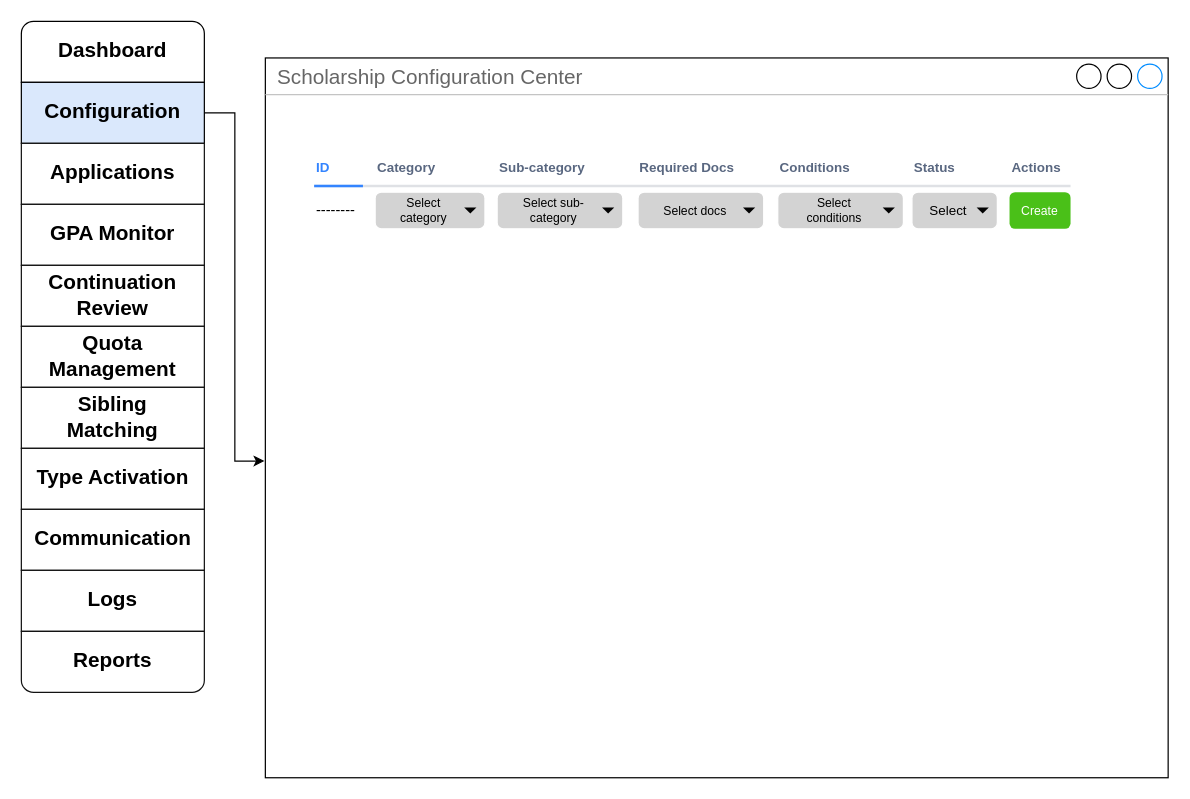
Above: Untitled Diagram.drawio in anomara1/scholarship (draw.io), before the change. Source tidied: cells renumbered, new cells numbered last; positions are measured from the earlier drawing's top-left corner, leaving out a move shared by most shapes. Both pictures are drawn from the tidied source at 122%, with x=0, y=0 at pixel (21, 21). Pictures stored in the file or linked from it are replaced by grey dashed boxes.
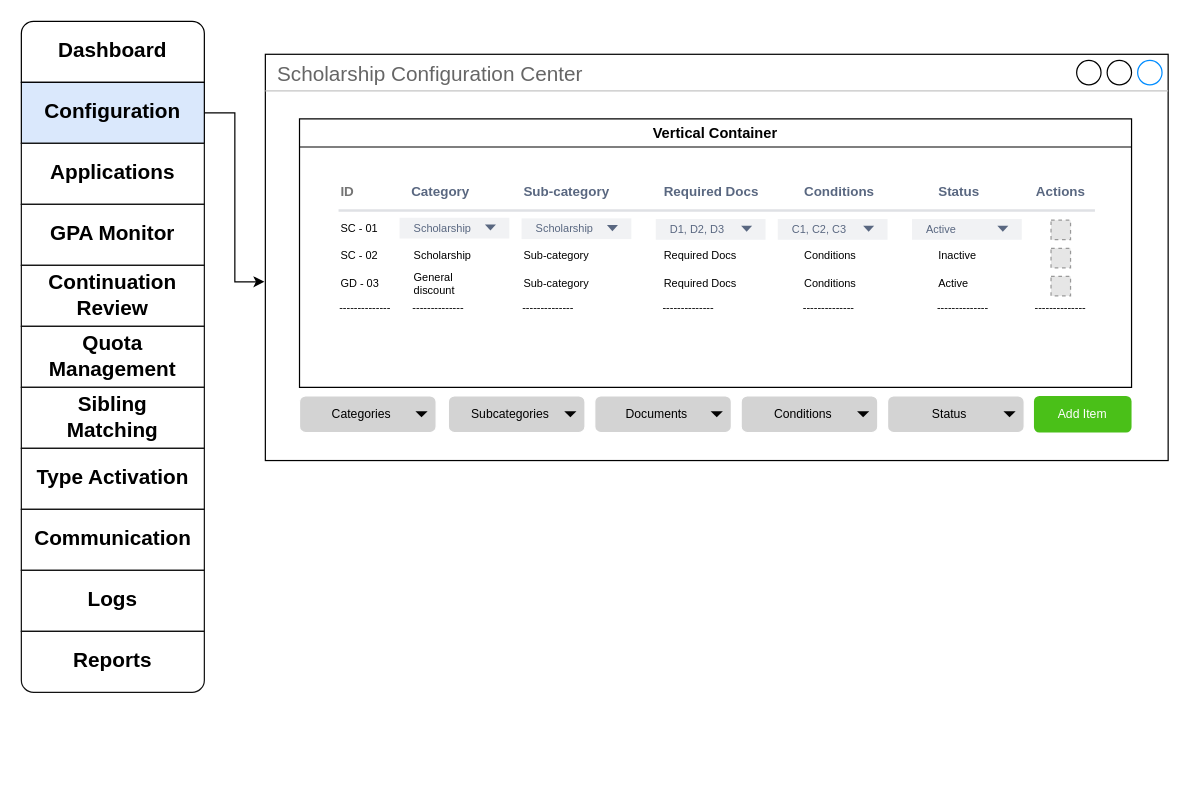
Above is the later version.

The edit, as a diff of the source:
```diff
@@
     <mxCell id="2" value="Scholarship Configuration Center" style="strokeWidth=1;shadow=0;dashed=0;align=center;html=1;shape=mxgraph.mockup.containers.window;align=left;verticalAlign=top;spacingLeft=8;strokeColor2=#008cff;strokeColor3=#c4c4c4;fontColor=#666666;mainText=;fontSize=17;labelBackgroundColor=none;whiteSpace=wrap;" parent="1" vertex="1">
-      <mxGeometry x="200" y="30" width="740" height="590" as="geometry" />
+      <mxGeometry x="200" y="27" width="740" height="333" as="geometry" />
     </mxCell>
@@
+    <mxCell id="37" value="Vertical Container" style="swimlane;whiteSpace=wrap;html=1;startSize=23;" parent="1" vertex="1">
+      <mxGeometry x="228" y="80" width="682" height="220" as="geometry" />
+    </mxCell>
+    <mxCell id="38" style="group;fontColor=default;fontStyle=0;fontSize=8;" parent="1" vertex="1">
+      <mxGeometry x="259" y="225" width="620" height="20" as="geometry" />
+    </mxCell>
+    <mxCell id="39" value="--------------" style="html=1;fillColor=none;strokeColor=none;fontSize=9;align=left;fontColor=#000000;fontStyle=0;whiteSpace=wrap;" parent="38" vertex="1">
+      <mxGeometry width="50" height="20" as="geometry" />
+    </mxCell>
+    <mxCell id="40" value="--------------" style="html=1;fillColor=none;strokeColor=none;fontSize=9;align=left;fontColor=#000000;fontStyle=0;whiteSpace=wrap;" parent="38" vertex="1">
+      <mxGeometry x="60" width="60" height="20" as="geometry" />
+    </mxCell>
+    <mxCell id="41" value="--------------" style="html=1;fillColor=none;strokeColor=none;fontSize=9;align=left;fontColor=#000000;fontStyle=0;whiteSpace=wrap;" parent="38" vertex="1">
+      <mxGeometry x="150" width="76" height="20" as="geometry" />
+    </mxCell>
+    <mxCell id="42" value="--------------" style="html=1;fillColor=none;strokeColor=none;fontSize=9;align=left;fontColor=light-dark(#000000, #8b97ad);fontStyle=0;whiteSpace=wrap;" parent="38" vertex="1">
+      <mxGeometry x="265" width="90" height="20" as="geometry" />
+    </mxCell>
+    <mxCell id="43" value="--------------" style="html=1;fillColor=none;strokeColor=none;fontSize=9;align=left;fontColor=#000000;fontStyle=0;whiteSpace=wrap;" parent="38" vertex="1">
+      <mxGeometry x="380" width="70" height="20" as="geometry" />
+    </mxCell>
+    <mxCell id="44" value="--------------" style="html=1;fillColor=none;strokeColor=none;fontSize=9;align=left;fontColor=light-dark(#000000, #8b97ad);fontStyle=0;whiteSpace=wrap;" parent="38" vertex="1">
+      <mxGeometry x="490" width="50" height="20" as="geometry" />
+    </mxCell>
+    <mxCell id="45" value="--------------" style="html=1;fillColor=none;strokeColor=none;fontSize=9;align=left;fontColor=#000000;fontStyle=0;whiteSpace=wrap;" parent="38" vertex="1">
+      <mxGeometry x="570" width="50" height="20" as="geometry" />
+    </mxCell>
+    <mxCell id="26" value="Categories" style="html=1;shadow=0;dashed=0;shape=mxgraph.bootstrap.rrect;rSize=5;strokeColor=light-dark(#ffffff, #9577a3);strokeWidth=1;fillColor=light-dark(#d3d3d3, #6a6a6a);whiteSpace=wrap;align=center;verticalAlign=middle;fontStyle=0;fontSize=10;spacingLeft=10;spacingRight=20;" parent="1" vertex="1">
+      <mxGeometry x="228" y="307" width="112" height="30" as="geometry" />
+    </mxCell>
+    <mxCell id="27" style="shape=triangle;direction=south;fillColor=light-dark(#020202, #121212);strokeColor=none;perimeter=none;" parent="26" vertex="1">
+      <mxGeometry x="1" y="0.5" width="10" height="5" relative="1" as="geometry">
+        <mxPoint x="-17" y="-2.5" as="offset" />
+      </mxGeometry>
+    </mxCell>
+    <mxCell id="36" value="Add Item" style="rounded=1;fillColor=light-dark(#4ac018, #67b2ff);strokeColor=none;html=1;whiteSpace=wrap;fontColor=#ffffff;align=center;verticalAlign=middle;fontStyle=0;fontSize=10;sketch=0;labelBackgroundColor=none;labelBorderColor=none;" parent="1" vertex="1">
+      <mxGeometry x="830" y="307" width="80" height="30" as="geometry" />
+    </mxCell>
+    <mxCell id="46" value="Subcategories" style="html=1;shadow=0;dashed=0;shape=mxgraph.bootstrap.rrect;rSize=5;strokeColor=light-dark(#ffffff, #9577a3);strokeWidth=1;fillColor=light-dark(#d3d3d3, #6a6a6a);whiteSpace=wrap;align=center;verticalAlign=middle;fontStyle=0;fontSize=10;spacingLeft=10;spacingRight=20;" parent="1" vertex="1">
+      <mxGeometry x="350" y="307" width="112" height="30" as="geometry" />
+    </mxCell>
+    <mxCell id="47" style="shape=triangle;direction=south;fillColor=light-dark(#020202, #121212);strokeColor=none;perimeter=none;" parent="46" vertex="1">
+      <mxGeometry x="1" y="0.5" width="10" height="5" relative="1" as="geometry">
+        <mxPoint x="-17" y="-2.5" as="offset" />
+      </mxGeometry>
+    </mxCell>
+    <mxCell id="48" value="Documents" style="html=1;shadow=0;dashed=0;shape=mxgraph.bootstrap.rrect;rSize=5;strokeColor=light-dark(#ffffff, #9577a3);strokeWidth=1;fillColor=light-dark(#d3d3d3, #6a6a6a);whiteSpace=wrap;align=center;verticalAlign=middle;fontStyle=0;fontSize=10;spacingLeft=10;spacingRight=20;" parent="1" vertex="1">
+      <mxGeometry x="470" y="307" width="112" height="30" as="geometry" />
+    </mxCell>
+    <mxCell id="49" style="shape=triangle;direction=south;fillColor=light-dark(#020202, #121212);strokeColor=none;perimeter=none;" parent="48" vertex="1">
+      <mxGeometry x="1" y="0.5" width="10" height="5" relative="1" as="geometry">
+        <mxPoint x="-17" y="-2.5" as="offset" />
+      </mxGeometry>
+    </mxCell>
+    <mxCell id="50" value="Conditions" style="html=1;shadow=0;dashed=0;shape=mxgraph.bootstrap.rrect;rSize=5;strokeColor=light-dark(#ffffff, #9577a3);strokeWidth=1;fillColor=light-dark(#d3d3d3, #6a6a6a);whiteSpace=wrap;align=center;verticalAlign=middle;fontStyle=0;fontSize=10;spacingLeft=10;spacingRight=20;" parent="1" vertex="1">
+      <mxGeometry x="590" y="307" width="112" height="30" as="geometry" />
+    </mxCell>
+    <mxCell id="51" style="shape=triangle;direction=south;fillColor=light-dark(#020202, #121212);strokeColor=none;perimeter=none;" parent="50" vertex="1">
+      <mxGeometry x="1" y="0.5" width="10" height="5" relative="1" as="geometry">
+        <mxPoint x="-17" y="-2.5" as="offset" />
+      </mxGeometry>
+    </mxCell>
+    <mxCell id="52" value="Status" style="html=1;shadow=0;dashed=0;shape=mxgraph.bootstrap.rrect;rSize=5;strokeColor=light-dark(#ffffff, #9577a3);strokeWidth=1;fillColor=light-dark(#d3d3d3, #6a6a6a);whiteSpace=wrap;align=center;verticalAlign=middle;fontStyle=0;fontSize=10;spacingLeft=10;spacingRight=20;" parent="1" vertex="1">
+      <mxGeometry x="710" y="307" width="112" height="30" as="geometry" />
+    </mxCell>
+    <mxCell id="53" style="shape=triangle;direction=south;fillColor=light-dark(#020202, #121212);strokeColor=none;perimeter=none;" parent="52" vertex="1">
+      <mxGeometry x="1" y="0.5" width="10" height="5" relative="1" as="geometry">
+        <mxPoint x="-17" y="-2.5" as="offset" />
+      </mxGeometry>
+    </mxCell>
+    <mxCell id="54" style="fillColor=#E6E6E6;strokeColor=#999999;dashed=1;html=1;verticalAlign=top;verticalLabelPosition=bottom;labelBackgroundColor=#ffffff;" parent="1" vertex="1">
+      <mxGeometry x="844" y="186" width="16" height="16" as="geometry" />
+    </mxCell>
+    <mxCell id="55" style="fillColor=#E6E6E6;strokeColor=#999999;dashed=1;html=1;verticalAlign=top;verticalLabelPosition=bottom;labelBackgroundColor=#ffffff;" parent="1" vertex="1">
+      <mxGeometry x="844" y="209" width="16" height="16" as="geometry" />
+    </mxCell>
+    <mxCell id="56" value="Scholarship" style="rounded=1;fillColor=#F1F2F4;strokeColor=none;html=1;whiteSpace=wrap;fontColor=#596780;align=left;fontSize=9;spacingLeft=10;sketch=0;arcSize=0;" parent="1" vertex="1">
+      <mxGeometry x="310" y="161" width="90" height="17" as="geometry" />
+    </mxCell>
+    <mxCell id="57" style="shape=triangle;direction=south;fillColor=#596780;strokeColor=none;html=1;sketch=0;fontSize=9;" parent="56" vertex="1">
+      <mxGeometry x="1" y="0.5" width="9" height="5" relative="1" as="geometry">
+        <mxPoint x="-20" y="-3" as="offset" />
+      </mxGeometry>
+    </mxCell>
+    <mxCell id="58" style="group;fontColor=default;fontStyle=0;fontSize=8;" parent="1" vertex="1">
+      <mxGeometry x="260" y="205" width="620" height="20" as="geometry" />
+    </mxCell>
+    <mxCell id="59" value="GD - 03" style="html=1;fillColor=none;strokeColor=none;fontSize=9;align=left;fontColor=#000000;fontStyle=0;whiteSpace=wrap;" parent="58" vertex="1">
+      <mxGeometry width="50" height="20" as="geometry" />
+    </mxCell>
+    <mxCell id="60" value="General discount" style="html=1;fillColor=none;strokeColor=none;fontSize=9;align=left;fontColor=#000000;fontStyle=0;whiteSpace=wrap;" parent="58" vertex="1">
+      <mxGeometry x="60" width="60" height="20" as="geometry" />
+    </mxCell>
+    <mxCell id="61" value="Sub-category" style="html=1;fillColor=none;strokeColor=none;fontSize=9;align=left;fontColor=#000000;fontStyle=0;whiteSpace=wrap;" parent="58" vertex="1">
+      <mxGeometry x="150" width="76" height="20" as="geometry" />
+    </mxCell>
+    <mxCell id="62" value="Required Docs" style="html=1;fillColor=none;strokeColor=none;fontSize=9;align=left;fontColor=light-dark(#000000, #8b97ad);fontStyle=0;whiteSpace=wrap;" parent="58" vertex="1">
+      <mxGeometry x="265" width="90" height="20" as="geometry" />
+    </mxCell>
+    <mxCell id="63" value="Conditions" style="html=1;fillColor=none;strokeColor=none;fontSize=9;align=left;fontColor=#000000;fontStyle=0;whiteSpace=wrap;" parent="58" vertex="1">
+      <mxGeometry x="380" width="70" height="20" as="geometry" />
+    </mxCell>
+    <mxCell id="64" value="Active" style="html=1;fillColor=none;strokeColor=none;fontSize=9;align=left;fontColor=light-dark(#000000, #8b97ad);fontStyle=0;whiteSpace=wrap;" parent="58" vertex="1">
+      <mxGeometry x="490" width="50" height="20" as="geometry" />
+    </mxCell>
+    <mxCell id="65" style="group;" parent="1" vertex="1">
+      <mxGeometry x="260" y="130" width="620" height="49" as="geometry" />
+    </mxCell>
+    <mxCell id="66" style="shape=line;strokeWidth=2;html=1;strokeColor=#DFE1E5;" parent="65" vertex="1">
+      <mxGeometry y="20" width="620" height="10" as="geometry" />
+    </mxCell>
+    <mxCell id="67" style="group;" parent="65" vertex="1">
+      <mxGeometry width="620" height="20" as="geometry" />
+    </mxCell>
-    <mxCell id="16" value="ID" style="html=1;fillColor=none;strokeColor=none;fontSize=11;align=left;fontColor=#3384FF;fontStyle=1;whiteSpace=wrap;" parent="1" vertex="1">
-      <mxGeometry x="240" y="110" width="50" height="20" as="geometry" />
+    <mxCell id="16" value="&lt;span style=&quot;color: rgb(116, 116, 116);&quot;&gt;&lt;span&gt;ID&lt;/span&gt;&lt;/span&gt;" style="html=1;fillColor=none;strokeColor=none;fontSize=11;align=left;fontColor=light-dark(#606060, #458af4);fontStyle=1;whiteSpace=wrap;" parent="67" vertex="1">
+      <mxGeometry width="50" height="20" as="geometry" />
     </mxCell>
-    <mxCell id="17" value="Category" style="html=1;fillColor=none;strokeColor=none;fontSize=11;align=left;fontColor=#596780;fontStyle=1;whiteSpace=wrap;" parent="1" vertex="1">
-      <mxGeometry x="290" y="110" width="60" height="20" as="geometry" />
+    <mxCell id="17" value="Category" style="html=1;fillColor=none;strokeColor=none;fontSize=11;align=left;fontColor=#596780;fontStyle=1;whiteSpace=wrap;" parent="67" vertex="1">
+      <mxGeometry x="58" width="60" height="20" as="geometry" />
     </mxCell>
-    <mxCell id="18" value="Sub-category" style="html=1;fillColor=none;strokeColor=none;fontSize=11;align=left;fontColor=#596780;fontStyle=1;whiteSpace=wrap;" parent="1" vertex="1">
-      <mxGeometry x="390" y="110" width="76" height="20" as="geometry" />
+    <mxCell id="18" value="Sub-category" style="html=1;fillColor=none;strokeColor=none;fontSize=11;align=left;fontColor=#596780;fontStyle=1;whiteSpace=wrap;" parent="67" vertex="1">
+      <mxGeometry x="150" width="76" height="20" as="geometry" />
     </mxCell>
-    <mxCell id="19" value="Required Docs" style="html=1;fillColor=none;strokeColor=none;fontSize=11;align=left;fontColor=#596780;fontStyle=1;whiteSpace=wrap;" parent="1" vertex="1">
-      <mxGeometry x="505" y="110" width="90" height="20" as="geometry" />
+    <mxCell id="19" value="Required Docs" style="html=1;fillColor=none;strokeColor=none;fontSize=11;align=left;fontColor=#596780;fontStyle=1;whiteSpace=wrap;" parent="67" vertex="1">
+      <mxGeometry x="265" width="90" height="20" as="geometry" />
     </mxCell>
-    <mxCell id="20" style="shape=line;strokeWidth=2;html=1;strokeColor=#DFE1E5;" parent="1" vertex="1">
-      <mxGeometry x="240" y="130" width="620" height="10" as="geometry" />
-    </mxCell>
-    <mxCell id="21" style="shape=line;strokeWidth=2;html=1;strokeColor=#3384FF;" parent="1" vertex="1">
-      <mxGeometry x="240" y="130" width="40" height="10" as="geometry" />
-    </mxCell>
-    <mxCell id="22" value="Conditions" style="html=1;fillColor=none;strokeColor=none;fontSize=11;align=left;fontColor=#596780;fontStyle=1;whiteSpace=wrap;" parent="1" vertex="1">
-      <mxGeometry x="620" y="110" width="70" height="20" as="geometry" />
+    <mxCell id="22" value="Conditions" style="html=1;fillColor=none;strokeColor=none;fontSize=11;align=left;fontColor=#596780;fontStyle=1;whiteSpace=wrap;" parent="67" vertex="1">
+      <mxGeometry x="380" width="70" height="20" as="geometry" />
     </mxCell>
-    <mxCell id="23" value="Status" style="html=1;fillColor=none;strokeColor=none;fontSize=11;align=left;fontColor=#596780;fontStyle=1;whiteSpace=wrap;" parent="1" vertex="1">
-      <mxGeometry x="730" y="110" width="50" height="20" as="geometry" />
+    <mxCell id="23" value="Status" style="html=1;fillColor=none;strokeColor=none;fontSize=11;align=left;fontColor=#596780;fontStyle=1;whiteSpace=wrap;" parent="67" vertex="1">
+      <mxGeometry x="490" width="50" height="20" as="geometry" />
     </mxCell>
-    <mxCell id="24" value="Actions" style="html=1;fillColor=none;strokeColor=none;fontSize=11;align=left;fontColor=#596780;fontStyle=1;whiteSpace=wrap;" parent="1" vertex="1">
-      <mxGeometry x="810" y="110" width="50" height="20" as="geometry" />
+    <mxCell id="24" value="Actions" style="html=1;fillColor=none;strokeColor=none;fontSize=11;align=left;fontColor=#596780;fontStyle=1;whiteSpace=wrap;" parent="67" vertex="1">
+      <mxGeometry x="570" width="50" height="20" as="geometry" />
     </mxCell>
-    <mxCell id="25" value="--------" style="rounded=0;whiteSpace=wrap;html=1;strokeColor=none;align=left;" parent="1" vertex="1">
-      <mxGeometry x="240" y="140" width="60" height="30" as="geometry" />
-    </mxCell>
-    <mxCell id="26" value="Select category" style="html=1;shadow=0;dashed=0;shape=mxgraph.bootstrap.rrect;rSize=5;strokeColor=light-dark(#ffffff, #9577a3);strokeWidth=1;fillColor=light-dark(#d3d3d3, #6a6a6a);whiteSpace=wrap;align=center;verticalAlign=middle;fontStyle=0;fontSize=10;spacingLeft=10;spacingRight=20;" parent="1" vertex="1">
-      <mxGeometry x="290" y="140" width="90" height="30" as="geometry" />
-    </mxCell>
-    <mxCell id="27" style="shape=triangle;direction=south;fillColor=light-dark(#020202, #121212);strokeColor=none;perimeter=none;" parent="26" vertex="1">
-      <mxGeometry x="1" y="0.5" width="10" height="5" relative="1" as="geometry">
-        <mxPoint x="-17" y="-2.5" as="offset" />
-      </mxGeometry>
-    </mxCell>
-    <mxCell id="28" value="Select sub-category" style="html=1;shadow=0;dashed=0;shape=mxgraph.bootstrap.rrect;rSize=5;strokeColor=light-dark(#ffffff, #9577a3);strokeWidth=1;fillColor=light-dark(#d3d3d3, #6a6a6a);whiteSpace=wrap;align=center;verticalAlign=middle;fontStyle=0;fontSize=10;spacingLeft=10;spacingRight=20;" parent="1" vertex="1">
-      <mxGeometry x="390" y="140" width="103" height="30" as="geometry" />
-    </mxCell>
-    <mxCell id="29" style="shape=triangle;direction=south;fillColor=light-dark(#020202, #121212);strokeColor=none;perimeter=none;" parent="28" vertex="1">
-      <mxGeometry x="1" y="0.5" width="10" height="5" relative="1" as="geometry">
-        <mxPoint x="-17" y="-2.5" as="offset" />
-      </mxGeometry>
-    </mxCell>
-    <mxCell id="30" value="&lt;div&gt;Select docs&lt;br&gt;&lt;/div&gt;" style="html=1;shadow=0;dashed=0;shape=mxgraph.bootstrap.rrect;rSize=5;strokeColor=light-dark(#ffffff, #9577a3);strokeWidth=1;fillColor=light-dark(#d3d3d3, #6a6a6a);whiteSpace=wrap;align=center;verticalAlign=middle;fontStyle=0;fontSize=10;spacingLeft=10;spacingRight=20;" parent="1" vertex="1">
-      <mxGeometry x="505.5" y="140" width="103" height="30" as="geometry" />
-    </mxCell>
-    <mxCell id="31" style="shape=triangle;direction=south;fillColor=light-dark(#020202, #121212);strokeColor=none;perimeter=none;" parent="30" vertex="1">
-      <mxGeometry x="1" y="0.5" width="10" height="5" relative="1" as="geometry">
-        <mxPoint x="-17" y="-2.5" as="offset" />
-      </mxGeometry>
-    </mxCell>
-    <mxCell id="32" value="Select conditions" style="html=1;shadow=0;dashed=0;shape=mxgraph.bootstrap.rrect;rSize=5;strokeColor=light-dark(#ffffff, #9577a3);strokeWidth=1;fillColor=light-dark(#d3d3d3, #6a6a6a);whiteSpace=wrap;align=center;verticalAlign=middle;fontStyle=0;fontSize=10;spacingLeft=10;spacingRight=20;" parent="1" vertex="1">
-      <mxGeometry x="620" y="140" width="103" height="30" as="geometry" />
-    </mxCell>
-    <mxCell id="33" style="shape=triangle;direction=south;fillColor=light-dark(#020202, #121212);strokeColor=none;perimeter=none;" parent="32" vertex="1">
-      <mxGeometry x="1" y="0.5" width="10" height="5" relative="1" as="geometry">
-        <mxPoint x="-17" y="-2.5" as="offset" />
-      </mxGeometry>
-    </mxCell>
-    <mxCell id="34" value="Select" style="html=1;shadow=0;dashed=0;shape=mxgraph.bootstrap.rrect;rSize=5;strokeColor=light-dark(#ffffff, #9577a3);strokeWidth=1;fillColor=light-dark(#d3d3d3, #6a6a6a);whiteSpace=wrap;align=center;verticalAlign=middle;fontStyle=0;fontSize=11;spacingLeft=10;spacingRight=20;" parent="1" vertex="1">
-      <mxGeometry x="730" y="140" width="70" height="30" as="geometry" />
-    </mxCell>
-    <mxCell id="35" style="shape=triangle;direction=south;fillColor=light-dark(#020202, #121212);strokeColor=none;perimeter=none;" parent="34" vertex="1">
-      <mxGeometry x="1" y="0.5" width="10" height="5" relative="1" as="geometry">
-        <mxPoint x="-17" y="-2.5" as="offset" />
-      </mxGeometry>
-    </mxCell>
-    <mxCell id="36" value="Create" style="rounded=1;fillColor=light-dark(#4ac018, #67b2ff);strokeColor=none;html=1;whiteSpace=wrap;fontColor=#ffffff;align=center;verticalAlign=middle;fontStyle=0;fontSize=10;sketch=0;labelBackgroundColor=none;labelBorderColor=none;" parent="1" vertex="1">
-      <mxGeometry x="810" y="140" width="50" height="30" as="geometry" />
-    </mxCell>
+    <mxCell id="68" value="C1, C2, C3" style="rounded=1;fillColor=#F1F2F4;strokeColor=none;html=1;whiteSpace=wrap;fontColor=#596780;align=left;fontSize=9;spacingLeft=10;sketch=0;arcSize=0;" parent="65" vertex="1">
+      <mxGeometry x="360" y="32" width="90" height="17" as="geometry" />
+    </mxCell>
+    <mxCell id="69" style="shape=triangle;direction=south;fillColor=#596780;strokeColor=none;html=1;sketch=0;fontSize=9;" parent="68" vertex="1">
+      <mxGeometry x="1" y="0.5" width="9" height="5" relative="1" as="geometry">
+        <mxPoint x="-20" y="-3" as="offset" />
+      </mxGeometry>
+    </mxCell>
+    <mxCell id="70" value="Active" style="rounded=1;fillColor=#F1F2F4;strokeColor=none;html=1;whiteSpace=wrap;fontColor=#596780;align=left;fontSize=9;spacingLeft=10;sketch=0;arcSize=0;" parent="65" vertex="1">
+      <mxGeometry x="470" y="32" width="90" height="17" as="geometry" />
+    </mxCell>
+    <mxCell id="71" style="shape=triangle;direction=south;fillColor=#596780;strokeColor=none;html=1;sketch=0;fontSize=9;" parent="70" vertex="1">
+      <mxGeometry x="1" y="0.5" width="9" height="5" relative="1" as="geometry">
+        <mxPoint x="-20" y="-3" as="offset" />
+      </mxGeometry>
+    </mxCell>
+    <mxCell id="72" value="SC - 02" style="html=1;fillColor=none;strokeColor=none;fontSize=9;align=left;fontColor=#000000;fontStyle=0;whiteSpace=wrap;" parent="1" vertex="1">
+      <mxGeometry x="260" y="182" width="50" height="20" as="geometry" />
+    </mxCell>
+    <mxCell id="73" value="Scholarship" style="html=1;fillColor=none;strokeColor=none;fontSize=9;align=left;fontColor=#000000;fontStyle=0;whiteSpace=wrap;" parent="1" vertex="1">
+      <mxGeometry x="320" y="182" width="60" height="20" as="geometry" />
+    </mxCell>
+    <mxCell id="74" value="Sub-category" style="html=1;fillColor=none;strokeColor=none;fontSize=9;align=left;fontColor=#000000;fontStyle=0;whiteSpace=wrap;" parent="1" vertex="1">
+      <mxGeometry x="410" y="182" width="76" height="20" as="geometry" />
+    </mxCell>
+    <mxCell id="75" value="Required Docs" style="html=1;fillColor=none;strokeColor=none;fontSize=9;align=left;fontColor=light-dark(#000000, #8b97ad);fontStyle=0;whiteSpace=wrap;" parent="1" vertex="1">
+      <mxGeometry x="525" y="182" width="90" height="20" as="geometry" />
+    </mxCell>
+    <mxCell id="76" value="Conditions" style="html=1;fillColor=none;strokeColor=none;fontSize=9;align=left;fontColor=#000000;fontStyle=0;whiteSpace=wrap;" parent="1" vertex="1">
+      <mxGeometry x="640" y="182" width="70" height="20" as="geometry" />
+    </mxCell>
+    <mxCell id="77" value="Inactive" style="html=1;fillColor=none;strokeColor=none;fontSize=9;align=left;fontColor=light-dark(#000000, #8b97ad);fontStyle=0;whiteSpace=wrap;" parent="1" vertex="1">
+      <mxGeometry x="750" y="182" width="50" height="20" as="geometry" />
+    </mxCell>
+    <mxCell id="78" value="SC - 01" style="html=1;fillColor=none;strokeColor=none;fontSize=9;align=left;fontColor=#000000;fontStyle=0;whiteSpace=wrap;" parent="1" vertex="1">
+      <mxGeometry x="260" y="160" width="50" height="20" as="geometry" />
+    </mxCell>
+    <mxCell id="79" style="fillColor=#E6E6E6;strokeColor=#999999;dashed=1;html=1;verticalAlign=top;verticalLabelPosition=bottom;labelBackgroundColor=#ffffff;" parent="1" vertex="1">
+      <mxGeometry x="844" y="163" width="16" height="16" as="geometry" />
+    </mxCell>
+    <mxCell id="80" value="Scholarship" style="rounded=1;fillColor=#F1F2F4;strokeColor=none;html=1;whiteSpace=wrap;fontColor=#596780;align=left;fontSize=9;spacingLeft=10;sketch=0;arcSize=0;" parent="1" vertex="1">
+      <mxGeometry x="410" y="161.5" width="90" height="17" as="geometry" />
+    </mxCell>
+    <mxCell id="81" style="shape=triangle;direction=south;fillColor=#596780;strokeColor=none;html=1;sketch=0;fontSize=9;" parent="80" vertex="1">
+      <mxGeometry x="1" y="0.5" width="9" height="5" relative="1" as="geometry">
+        <mxPoint x="-20" y="-3" as="offset" />
+      </mxGeometry>
+    </mxCell>
+    <mxCell id="82" value="D1, D2, D3" style="rounded=1;fillColor=#F1F2F4;strokeColor=none;html=1;whiteSpace=wrap;fontColor=#596780;align=left;fontSize=9;spacingLeft=10;sketch=0;arcSize=0;" parent="1" vertex="1">
+      <mxGeometry x="520" y="162" width="90" height="17" as="geometry" />
+    </mxCell>
+    <mxCell id="83" style="shape=triangle;direction=south;fillColor=#596780;strokeColor=none;html=1;sketch=0;fontSize=9;" parent="82" vertex="1">
+      <mxGeometry x="1" y="0.5" width="9" height="5" relative="1" as="geometry">
+        <mxPoint x="-20" y="-3" as="offset" />
+      </mxGeometry>
+    </mxCell>
```
